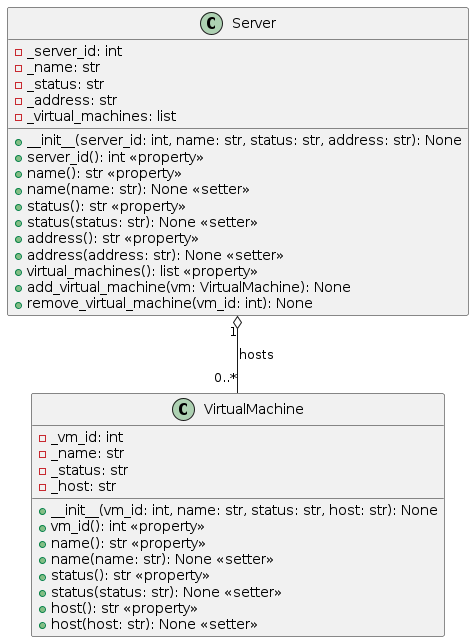
The PlantUML diagram uml/logical_view.png in JonathanBeals/OOP-Final-Project, before a commit.
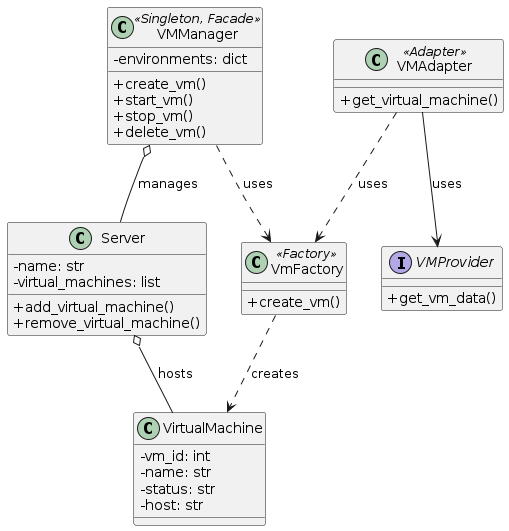
After the change.

The edit, as a diff of the source:
```diff
@@ -1,41 +1,47 @@
 @startuml logical_view
 
-class VirtualMachine {
-    - _vm_id: int
-    - _name: str
-    - _status: str
-    - _host: str
+skinparam classAttributeIconSize 0
+skinparam shadowing false
 
-    + __init__(vm_id: int, name: str, status: str, host: str): None
-    + vm_id(): int <<property>>
-    + name(): str <<property>>
-    + name(name: str): None <<setter>>
-    + status(): str <<property>>
-    + status(status: str): None <<setter>>
-    + host(): str <<property>>
-    + host(host: str): None <<setter>>
+class VMManager <<Singleton, Facade>> {
+    - environments: dict
+    + create_vm()
+    + start_vm()
+    + stop_vm()
+    + delete_vm()
 }
 
 class Server {
-    - _server_id: int
-    - _name: str
-    - _status: str
-    - _address: str
-    - _virtual_machines: list
-
-    + __init__(server_id: int, name: str, status: str, address: str): None
-    + server_id(): int <<property>>
-    + name(): str <<property>>
-    + name(name: str): None <<setter>>
-    + status(): str <<property>>
-    + status(status: str): None <<setter>>
-    + address(): str <<property>>
-    + address(address: str): None <<setter>>
-    + virtual_machines(): list <<property>>
-    + add_virtual_machine(vm: VirtualMachine): None
-    + remove_virtual_machine(vm_id: int): None
+    - name: str
+    - virtual_machines: list
+    + add_virtual_machine()
+    + remove_virtual_machine()
 }
 
-Server "1" o-- "0..*" VirtualMachine : hosts
+class VirtualMachine {
+    - vm_id: int
+    - name: str
+    - status: str
+    - host: str
+}
+
+class VmFactory <<Factory>> {
+    + create_vm()
+}
+
+class VMAdapter <<Adapter>> {
+    + get_virtual_machine()
+}
+
+interface VMProvider {
+    + get_vm_data()
+}
+
+VMManager o-- Server : manages
+Server o-- VirtualMachine : hosts
+VMManager ..> VmFactory : uses
+VmFactory ..> VirtualMachine : creates
+VMAdapter ..> VmFactory : uses
+VMAdapter --> VMProvider : uses
 
 @enduml
```
